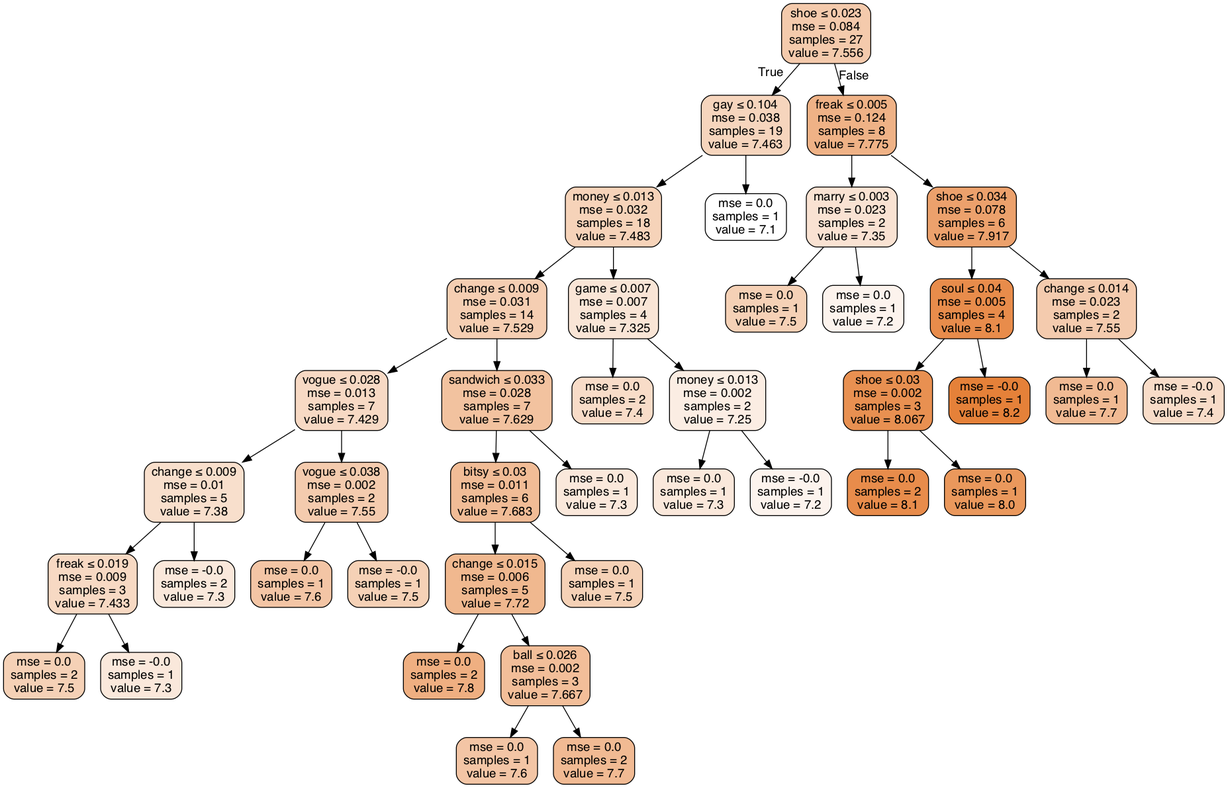
This is Source.gv.png from ranilovi/SATC_rating_prediction, a Graphviz export, as it was before one commit. Its source is kept beside it as Source.gv.
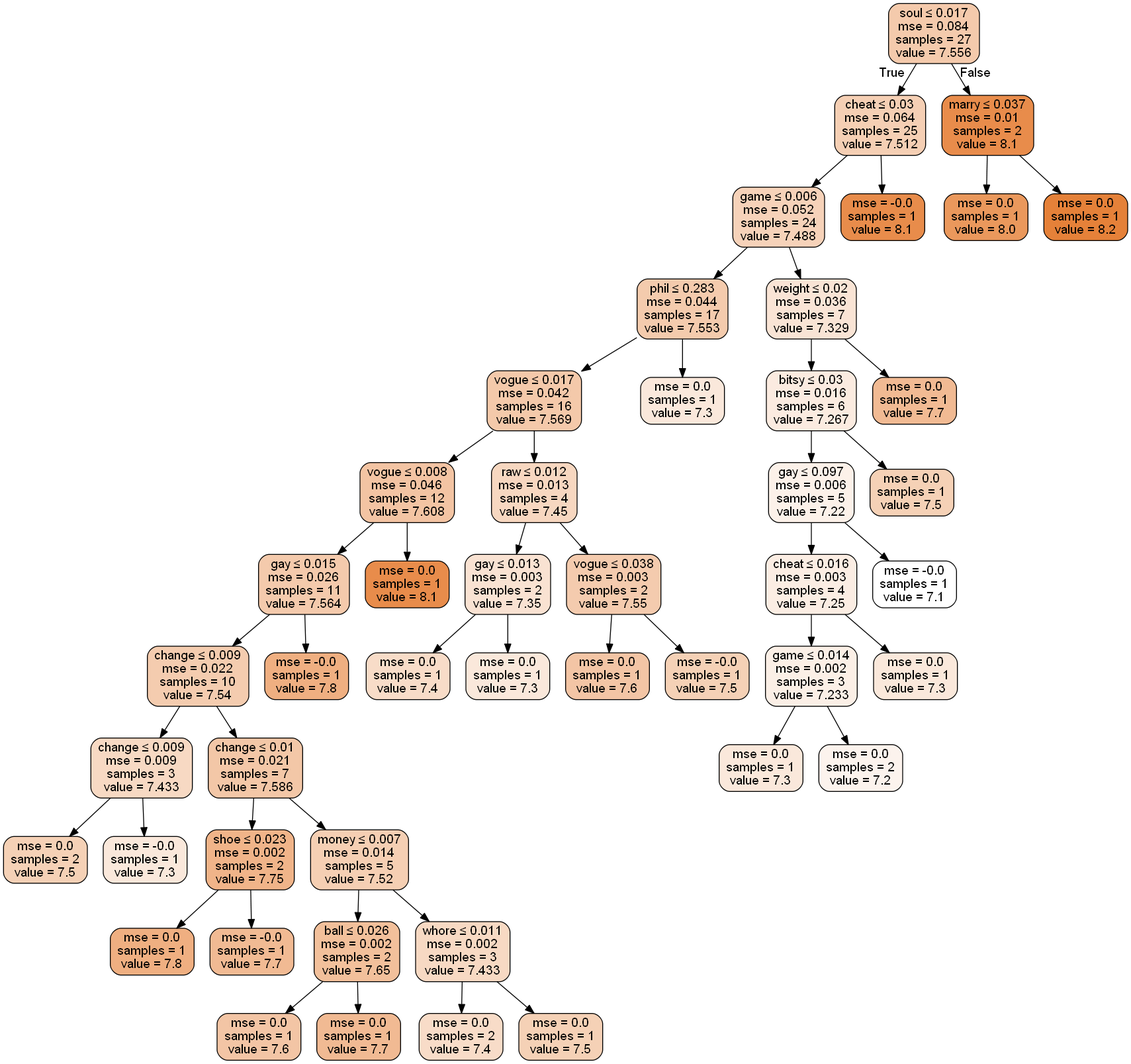
The same file after the commit.

Change to the diagram source:
```diff
@@ -1,85 +1,97 @@
 digraph Tree {
 node [shape=box, style="filled, rounded", color="black", fontname=helvetica] ;
 edge [fontname=helvetica] ;
-0 [label=<shoe &le; 0.023<br/>mse = 0.084<br/>samples = 27<br/>value = 7.556>, fillcolor="#e581396a"] ;
-1 [label=<gay &le; 0.104<br/>mse = 0.038<br/>samples = 19<br/>value = 7.463>, fillcolor="#e5813954"] ;
+0 [label=<soul &le; 0.017<br/>mse = 0.084<br/>samples = 27<br/>value = 7.556>, fillcolor="#e581396a"] ;
+1 [label=<cheat &le; 0.03<br/>mse = 0.064<br/>samples = 25<br/>value = 7.512>, fillcolor="#e5813960"] ;
 0 -> 1 [labeldistance=2.5, labelangle=45, headlabel="True"] ;
-2 [label=<money &le; 0.013<br/>mse = 0.032<br/>samples = 18<br/>value = 7.483>, fillcolor="#e5813959"] ;
+2 [label=<game &le; 0.006<br/>mse = 0.052<br/>samples = 24<br/>value = 7.488>, fillcolor="#e581395a"] ;
 1 -> 2 ;
-3 [label=<change &le; 0.009<br/>mse = 0.031<br/>samples = 14<br/>value = 7.529>, fillcolor="#e5813963"] ;
+3 [label=<phil &le; 0.283<br/>mse = 0.044<br/>samples = 17<br/>value = 7.553>, fillcolor="#e5813969"] ;
 2 -> 3 ;
-4 [label=<vogue &le; 0.028<br/>mse = 0.013<br/>samples = 7<br/>value = 7.429>, fillcolor="#e581394c"] ;
+4 [label=<vogue &le; 0.017<br/>mse = 0.042<br/>samples = 16<br/>value = 7.569>, fillcolor="#e581396d"] ;
 3 -> 4 ;
-5 [label=<change &le; 0.009<br/>mse = 0.01<br/>samples = 5<br/>value = 7.38>, fillcolor="#e5813941"] ;
+5 [label=<vogue &le; 0.008<br/>mse = 0.046<br/>samples = 12<br/>value = 7.608>, fillcolor="#e5813976"] ;
 4 -> 5 ;
-6 [label=<freak &le; 0.019<br/>mse = 0.009<br/>samples = 3<br/>value = 7.433>, fillcolor="#e581394d"] ;
+6 [label=<gay &le; 0.015<br/>mse = 0.026<br/>samples = 11<br/>value = 7.564>, fillcolor="#e581396b"] ;
 5 -> 6 ;
-7 [label=<mse = 0.0<br/>samples = 2<br/>value = 7.5>, fillcolor="#e581395d"] ;
+7 [label=<change &le; 0.009<br/>mse = 0.022<br/>samples = 10<br/>value = 7.54>, fillcolor="#e5813966"] ;
 6 -> 7 ;
-8 [label=<mse = -0.0<br/>samples = 1<br/>value = 7.3>, fillcolor="#e581392e"] ;
-6 -> 8 ;
-9 [label=<mse = -0.0<br/>samples = 2<br/>value = 7.3>, fillcolor="#e581392e"] ;
-5 -> 9 ;
-10 [label=<vogue &le; 0.038<br/>mse = 0.002<br/>samples = 2<br/>value = 7.55>, fillcolor="#e5813968"] ;
-4 -> 10 ;
-11 [label=<mse = 0.0<br/>samples = 1<br/>value = 7.6>, fillcolor="#e5813974"] ;
-10 -> 11 ;
-12 [label=<mse = -0.0<br/>samples = 1<br/>value = 7.5>, fillcolor="#e581395d"] ;
-10 -> 12 ;
-13 [label=<sandwich &le; 0.033<br/>mse = 0.028<br/>samples = 7<br/>value = 7.629>, fillcolor="#e581397b"] ;
-3 -> 13 ;
-14 [label=<bitsy &le; 0.03<br/>mse = 0.011<br/>samples = 6<br/>value = 7.683>, fillcolor="#e5813987"] ;
-13 -> 14 ;
-15 [label=<change &le; 0.015<br/>mse = 0.006<br/>samples = 5<br/>value = 7.72>, fillcolor="#e5813990"] ;
-14 -> 15 ;
-16 [label=<mse = 0.0<br/>samples = 2<br/>value = 7.8>, fillcolor="#e58139a2"] ;
+8 [label=<change &le; 0.009<br/>mse = 0.009<br/>samples = 3<br/>value = 7.433>, fillcolor="#e581394d"] ;
+7 -> 8 ;
+9 [label=<mse = 0.0<br/>samples = 2<br/>value = 7.5>, fillcolor="#e581395d"] ;
+8 -> 9 ;
+10 [label=<mse = -0.0<br/>samples = 1<br/>value = 7.3>, fillcolor="#e581392e"] ;
+8 -> 10 ;
+11 [label=<change &le; 0.01<br/>mse = 0.021<br/>samples = 7<br/>value = 7.586>, fillcolor="#e5813971"] ;
+7 -> 11 ;
+12 [label=<shoe &le; 0.023<br/>mse = 0.002<br/>samples = 2<br/>value = 7.75>, fillcolor="#e5813997"] ;
+11 -> 12 ;
+13 [label=<mse = 0.0<br/>samples = 1<br/>value = 7.8>, fillcolor="#e58139a2"] ;
+12 -> 13 ;
+14 [label=<mse = -0.0<br/>samples = 1<br/>value = 7.7>, fillcolor="#e581398b"] ;
+12 -> 14 ;
+15 [label=<money &le; 0.007<br/>mse = 0.014<br/>samples = 5<br/>value = 7.52>, fillcolor="#e5813961"] ;
+11 -> 15 ;
+16 [label=<ball &le; 0.026<br/>mse = 0.002<br/>samples = 2<br/>value = 7.65>, fillcolor="#e5813980"] ;
 15 -> 16 ;
-17 [label=<ball &le; 0.026<br/>mse = 0.002<br/>samples = 3<br/>value = 7.667>, fillcolor="#e5813983"] ;
-15 -> 17 ;
-18 [label=<mse = 0.0<br/>samples = 1<br/>value = 7.6>, fillcolor="#e5813974"] ;
-17 -> 18 ;
-19 [label=<mse = 0.0<br/>samples = 2<br/>value = 7.7>, fillcolor="#e581398b"] ;
-17 -> 19 ;
-20 [label=<mse = 0.0<br/>samples = 1<br/>value = 7.5>, fillcolor="#e581395d"] ;
-14 -> 20 ;
-21 [label=<mse = 0.0<br/>samples = 1<br/>value = 7.3>, fillcolor="#e581392e"] ;
-13 -> 21 ;
-22 [label=<game &le; 0.007<br/>mse = 0.007<br/>samples = 4<br/>value = 7.325>, fillcolor="#e5813934"] ;
-2 -> 22 ;
-23 [label=<mse = 0.0<br/>samples = 2<br/>value = 7.4>, fillcolor="#e5813946"] ;
-22 -> 23 ;
-24 [label=<money &le; 0.013<br/>mse = 0.002<br/>samples = 2<br/>value = 7.25>, fillcolor="#e5813923"] ;
-22 -> 24 ;
-25 [label=<mse = 0.0<br/>samples = 1<br/>value = 7.3>, fillcolor="#e581392e"] ;
+17 [label=<mse = 0.0<br/>samples = 1<br/>value = 7.6>, fillcolor="#e5813974"] ;
+16 -> 17 ;
+18 [label=<mse = 0.0<br/>samples = 1<br/>value = 7.7>, fillcolor="#e581398b"] ;
+16 -> 18 ;
+19 [label=<whore &le; 0.011<br/>mse = 0.002<br/>samples = 3<br/>value = 7.433>, fillcolor="#e581394d"] ;
+15 -> 19 ;
+20 [label=<mse = 0.0<br/>samples = 2<br/>value = 7.4>, fillcolor="#e5813946"] ;
+19 -> 20 ;
+21 [label=<mse = 0.0<br/>samples = 1<br/>value = 7.5>, fillcolor="#e581395d"] ;
+19 -> 21 ;
+22 [label=<mse = -0.0<br/>samples = 1<br/>value = 7.8>, fillcolor="#e58139a2"] ;
+6 -> 22 ;
+23 [label=<mse = 0.0<br/>samples = 1<br/>value = 8.1>, fillcolor="#e58139e8"] ;
+5 -> 23 ;
+24 [label=<raw &le; 0.012<br/>mse = 0.013<br/>samples = 4<br/>value = 7.45>, fillcolor="#e5813951"] ;
+4 -> 24 ;
+25 [label=<gay &le; 0.013<br/>mse = 0.003<br/>samples = 2<br/>value = 7.35>, fillcolor="#e581393a"] ;
 24 -> 25 ;
-26 [label=<mse = -0.0<br/>samples = 1<br/>value = 7.2>, fillcolor="#e5813917"] ;
-24 -> 26 ;
-27 [label=<mse = 0.0<br/>samples = 1<br/>value = 7.1>, fillcolor="#e5813900"] ;
-1 -> 27 ;
-28 [label=<freak &le; 0.005<br/>mse = 0.124<br/>samples = 8<br/>value = 7.775>, fillcolor="#e581399c"] ;
-0 -> 28 [labeldistance=2.5, labelangle=-45, headlabel="False"] ;
-29 [label=<marry &le; 0.003<br/>mse = 0.023<br/>samples = 2<br/>value = 7.35>, fillcolor="#e581393a"] ;
+26 [label=<mse = 0.0<br/>samples = 1<br/>value = 7.4>, fillcolor="#e5813946"] ;
+25 -> 26 ;
+27 [label=<mse = 0.0<br/>samples = 1<br/>value = 7.3>, fillcolor="#e581392e"] ;
+25 -> 27 ;
+28 [label=<vogue &le; 0.038<br/>mse = 0.003<br/>samples = 2<br/>value = 7.55>, fillcolor="#e5813968"] ;
+24 -> 28 ;
+29 [label=<mse = 0.0<br/>samples = 1<br/>value = 7.6>, fillcolor="#e5813974"] ;
 28 -> 29 ;
-30 [label=<mse = 0.0<br/>samples = 1<br/>value = 7.5>, fillcolor="#e581395d"] ;
-29 -> 30 ;
-31 [label=<mse = 0.0<br/>samples = 1<br/>value = 7.2>, fillcolor="#e5813917"] ;
-29 -> 31 ;
-32 [label=<shoe &le; 0.034<br/>mse = 0.078<br/>samples = 6<br/>value = 7.917>, fillcolor="#e58139bd"] ;
-28 -> 32 ;
-33 [label=<soul &le; 0.04<br/>mse = 0.005<br/>samples = 4<br/>value = 8.1>, fillcolor="#e58139e8"] ;
+30 [label=<mse = -0.0<br/>samples = 1<br/>value = 7.5>, fillcolor="#e581395d"] ;
+28 -> 30 ;
+31 [label=<mse = 0.0<br/>samples = 1<br/>value = 7.3>, fillcolor="#e581392e"] ;
+3 -> 31 ;
+32 [label=<weight &le; 0.02<br/>mse = 0.036<br/>samples = 7<br/>value = 7.329>, fillcolor="#e5813935"] ;
+2 -> 32 ;
+33 [label=<bitsy &le; 0.03<br/>mse = 0.016<br/>samples = 6<br/>value = 7.267>, fillcolor="#e5813927"] ;
 32 -> 33 ;
-34 [label=<shoe &le; 0.03<br/>mse = 0.002<br/>samples = 3<br/>value = 8.067>, fillcolor="#e58139e0"] ;
+34 [label=<gay &le; 0.097<br/>mse = 0.006<br/>samples = 5<br/>value = 7.22>, fillcolor="#e581391c"] ;
 33 -> 34 ;
-35 [label=<mse = 0.0<br/>samples = 2<br/>value = 8.1>, fillcolor="#e58139e8"] ;
+35 [label=<cheat &le; 0.016<br/>mse = 0.003<br/>samples = 4<br/>value = 7.25>, fillcolor="#e5813923"] ;
 34 -> 35 ;
-36 [label=<mse = 0.0<br/>samples = 1<br/>value = 8.0>, fillcolor="#e58139d1"] ;
-34 -> 36 ;
-37 [label=<mse = -0.0<br/>samples = 1<br/>value = 8.2>, fillcolor="#e58139ff"] ;
-33 -> 37 ;
-38 [label=<change &le; 0.014<br/>mse = 0.023<br/>samples = 2<br/>value = 7.55>, fillcolor="#e5813968"] ;
-32 -> 38 ;
-39 [label=<mse = 0.0<br/>samples = 1<br/>value = 7.7>, fillcolor="#e581398b"] ;
-38 -> 39 ;
-40 [label=<mse = -0.0<br/>samples = 1<br/>value = 7.4>, fillcolor="#e5813946"] ;
-38 -> 40 ;
+36 [label=<game &le; 0.014<br/>mse = 0.002<br/>samples = 3<br/>value = 7.233>, fillcolor="#e581391f"] ;
+35 -> 36 ;
+37 [label=<mse = 0.0<br/>samples = 1<br/>value = 7.3>, fillcolor="#e581392e"] ;
+36 -> 37 ;
+38 [label=<mse = 0.0<br/>samples = 2<br/>value = 7.2>, fillcolor="#e5813917"] ;
+36 -> 38 ;
+39 [label=<mse = 0.0<br/>samples = 1<br/>value = 7.3>, fillcolor="#e581392e"] ;
+35 -> 39 ;
+40 [label=<mse = -0.0<br/>samples = 1<br/>value = 7.1>, fillcolor="#e5813900"] ;
+34 -> 40 ;
+41 [label=<mse = 0.0<br/>samples = 1<br/>value = 7.5>, fillcolor="#e581395d"] ;
+33 -> 41 ;
+42 [label=<mse = 0.0<br/>samples = 1<br/>value = 7.7>, fillcolor="#e581398b"] ;
+32 -> 42 ;
+43 [label=<mse = -0.0<br/>samples = 1<br/>value = 8.1>, fillcolor="#e58139e8"] ;
+1 -> 43 ;
+44 [label=<marry &le; 0.037<br/>mse = 0.01<br/>samples = 2<br/>value = 8.1>, fillcolor="#e58139e8"] ;
+0 -> 44 [labeldistance=2.5, labelangle=-45, headlabel="False"] ;
+45 [label=<mse = 0.0<br/>samples = 1<br/>value = 8.0>, fillcolor="#e58139d1"] ;
+44 -> 45 ;
+46 [label=<mse = 0.0<br/>samples = 1<br/>value = 8.2>, fillcolor="#e58139ff"] ;
+44 -> 46 ;
 }
```
